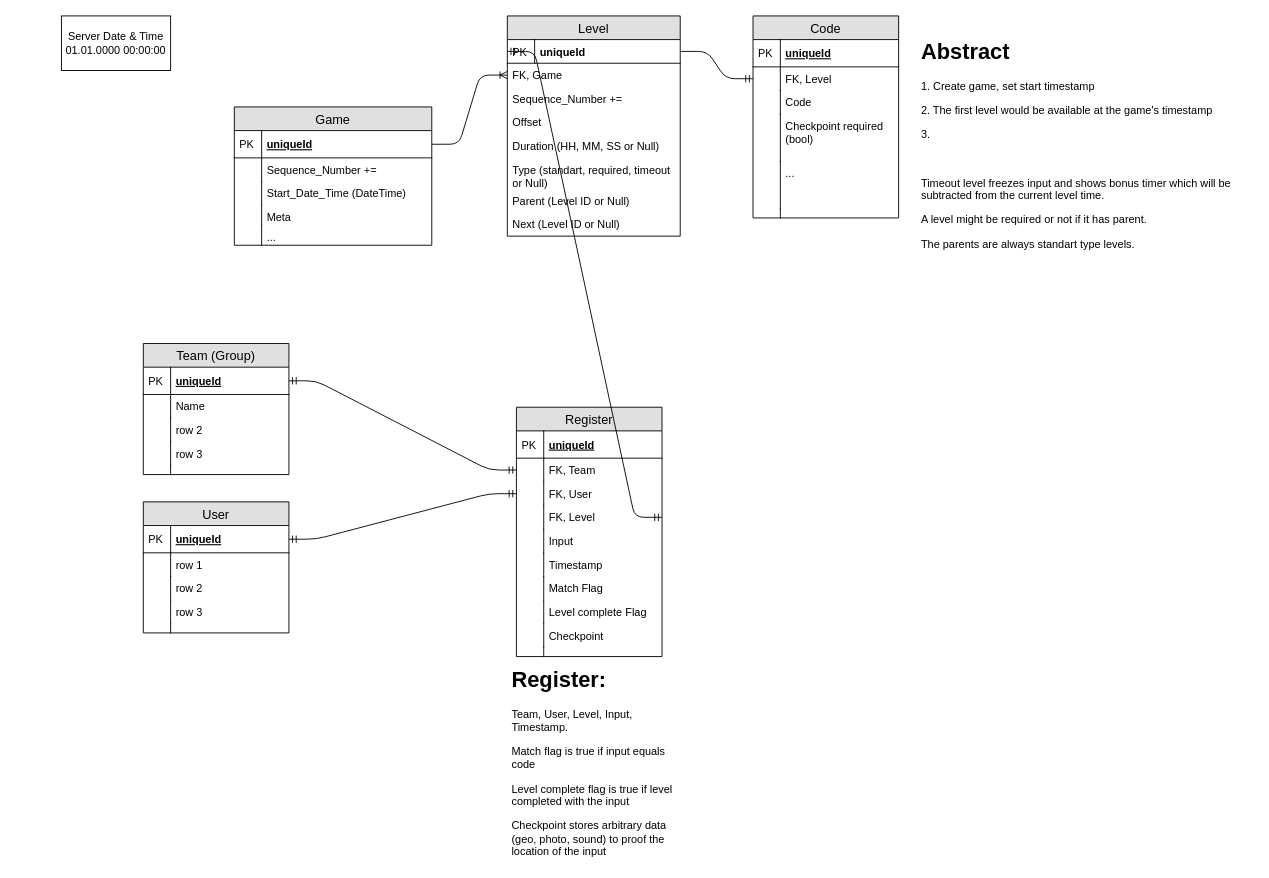
evgp/Quest-Engine keeps this draw.io diagram as page "Page-1" (1 of 2) of Untitled Diagram.drawio. Above is the earlier version. Source tidied: cells renumbered, new cells numbered last; positions are measured from the earlier drawing's top-left corner, leaving out a move shared by most shapes. Both pictures are drawn from the tidied source at 91%, with x=0, y=0 at pixel (61, 15).
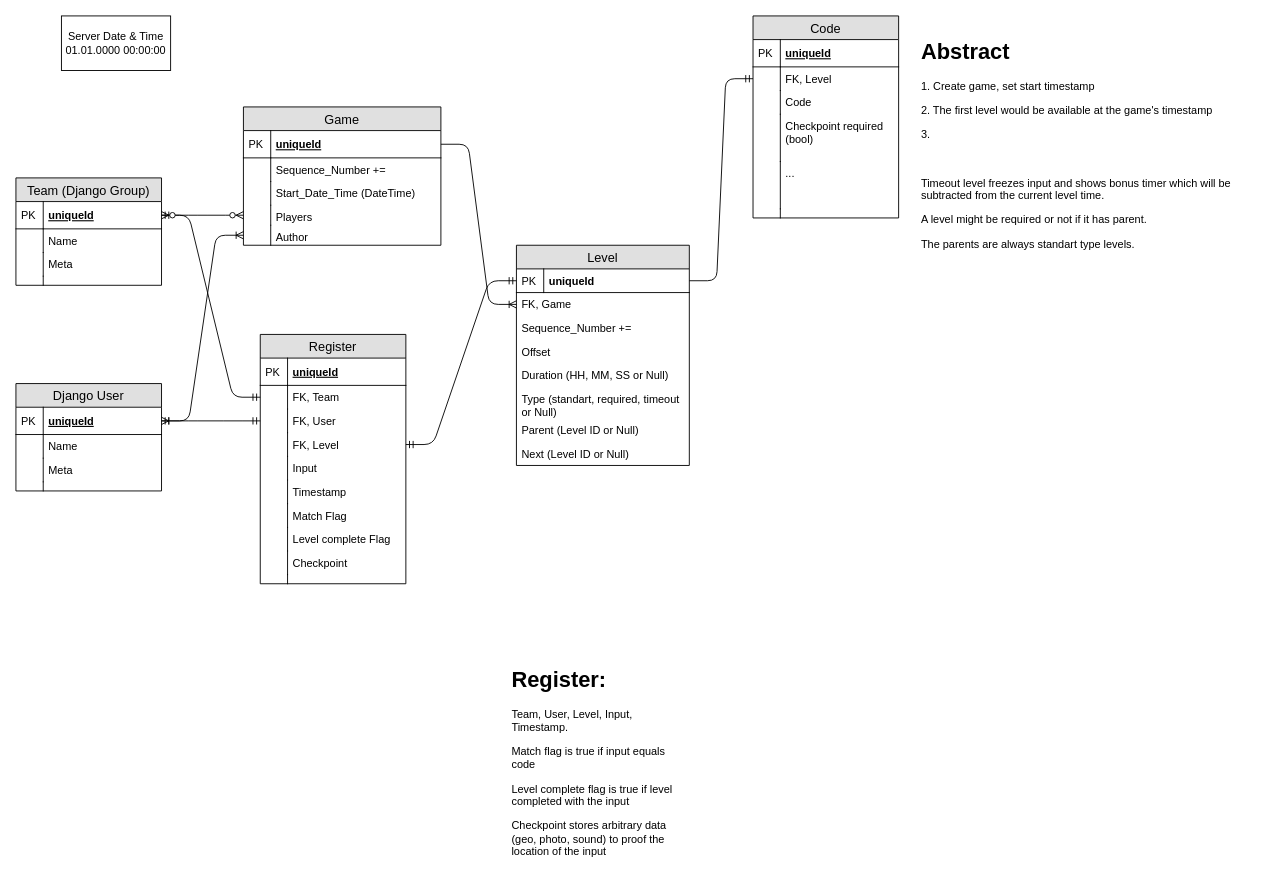
The same diagram, later.

The change refers to these unchanged cells:
```xml
<mxCell id="61" value="uniqueId" style="shape=partialRectangle;top=0;left=0;right=0;bottom=1;align=left;verticalAlign=middle;fillColor=none;spacingLeft=34;spacingRight=4;overflow=hidden;points=[[0,0.5],[1,0.5]];portConstraint=eastwest;fontStyle=5;fontSize=12;" parent="60" vertex="1">
  <mxGeometry y="26" width="160" height="30" as="geometry" />
</mxCell>
<mxCell id="75" value="uniqueId" style="shape=partialRectangle;top=0;left=0;right=0;bottom=1;align=left;verticalAlign=middle;fillColor=none;spacingLeft=34;spacingRight=4;overflow=hidden;points=[[0,0.5],[1,0.5]];portConstraint=eastwest;fontStyle=5;fontSize=12;" parent="74" vertex="1">
  <mxGeometry y="26" width="160" height="30" as="geometry" />
</mxCell>
```

Change to the diagram source:
```diff
@@
     <mxCell id="3" value="Game" style="swimlane;fontStyle=0;horizontal=1;startSize=26;fillColor=#e0e0e0;swimlaneFillColor=#ffffff;align=center;fontSize=14;" parent="1" vertex="1">
-      <mxGeometry x="190" y="100" width="217" height="152" as="geometry" />
+      <mxGeometry x="200" y="100" width="217" height="152" as="geometry" />
     </mxCell>
@@
-    <mxCell id="10" value="Meta" style="shape=partialRectangle;top=0;left=0;right=0;bottom=0;align=left;verticalAlign=top;fillColor=none;spacingLeft=34;spacingRight=4;overflow=hidden;points=[[0,0.5],[1,0.5]];portConstraint=eastwest;fontSize=12;" parent="3" vertex="1">
+    <mxCell id="10" value="Players" style="shape=partialRectangle;top=0;left=0;right=0;bottom=0;align=left;verticalAlign=top;fillColor=none;spacingLeft=34;spacingRight=4;overflow=hidden;points=[[0,0.5],[1,0.5]];portConstraint=eastwest;fontSize=12;" parent="3" vertex="1">
       <mxGeometry y="108" width="217" height="22" as="geometry" />
     </mxCell>
@@
-    <mxCell id="12" value="..." style="shape=partialRectangle;top=0;left=0;right=0;bottom=0;align=left;verticalAlign=top;fillColor=none;spacingLeft=34;spacingRight=4;overflow=hidden;points=[[0,0.5],[1,0.5]];portConstraint=eastwest;fontSize=12;" parent="3" vertex="1">
+    <mxCell id="12" value="Author" style="shape=partialRectangle;top=0;left=0;right=0;bottom=0;align=left;verticalAlign=top;fillColor=none;spacingLeft=34;spacingRight=4;overflow=hidden;points=[[0,0.5],[1,0.5]];portConstraint=eastwest;fontSize=12;" parent="3" vertex="1">
       <mxGeometry y="130" width="217" height="22" as="geometry" />
     </mxCell>
@@
     <mxCell id="14" value="Level" style="swimlane;fontStyle=0;horizontal=1;startSize=26;fillColor=#e0e0e0;swimlaneFillColor=#ffffff;align=center;fontSize=14;" parent="1" vertex="1">
-      <mxGeometry x="490" width="190" height="242" as="geometry" />
+      <mxGeometry x="500" y="252" width="190" height="242" as="geometry" />
     </mxCell>
@@
     <mxCell id="39" value="Register" style="swimlane;fontStyle=0;horizontal=1;startSize=26;fillColor=#e0e0e0;swimlaneFillColor=#ffffff;align=center;fontSize=14;" parent="1" vertex="1">
-      <mxGeometry x="500" y="430" width="160" height="274" as="geometry" />
+      <mxGeometry x="218.5" y="350" width="160" height="274" as="geometry" />
     </mxCell>
@@
-    <mxCell id="60" value="Team (Group)" style="swimlane;fontStyle=0;horizontal=1;startSize=26;fillColor=#e0e0e0;swimlaneFillColor=#ffffff;align=center;fontSize=14;" parent="1" vertex="1">
-      <mxGeometry x="90" y="360" width="160" height="144" as="geometry" />
+    <mxCell id="60" value="Team (Django Group)" style="swimlane;fontStyle=0;horizontal=1;startSize=26;fillColor=#e0e0e0;swimlaneFillColor=#ffffff;align=center;fontSize=14;" parent="1" vertex="1">
+      <mxGeometry x="-50" y="178" width="160" height="118" as="geometry" />
     </mxCell>
@@
-    <mxCell id="65" value="row 2" style="shape=partialRectangle;top=0;left=0;right=0;bottom=0;align=left;verticalAlign=top;fillColor=none;spacingLeft=34;spacingRight=4;overflow=hidden;fontSize=12;" parent="60" vertex="1">
+    <mxCell id="65" value="Meta" style="shape=partialRectangle;top=0;left=0;right=0;bottom=0;align=left;verticalAlign=top;fillColor=none;spacingLeft=34;spacingRight=4;overflow=hidden;fontSize=12;" parent="60" vertex="1">
       <mxGeometry y="82" width="160" height="26" as="geometry" />
     </mxCell>
@@
-    <mxCell id="67" value="row 3" style="shape=partialRectangle;top=0;left=0;right=0;bottom=0;align=left;verticalAlign=top;fillColor=none;spacingLeft=34;spacingRight=4;overflow=hidden;fontSize=12;" parent="60" vertex="1">
-      <mxGeometry y="108" width="160" height="26" as="geometry" />
-    </mxCell>
-    <mxCell id="68" style="shape=partialRectangle;top=0;left=0;bottom=0;fillColor=none;align=left;verticalAlign=top;spacingLeft=4;spacingRight=4;overflow=hidden;fontSize=12;" parent="67" vertex="1">
-      <mxGeometry width="30" height="26" as="geometry" />
-    </mxCell>
     <mxCell id="69" style="shape=partialRectangle;top=0;left=0;right=0;bottom=0;align=left;verticalAlign=top;fillColor=none;spacingLeft=34;spacingRight=4;overflow=hidden;fontSize=12;" parent="60" vertex="1">
-      <mxGeometry y="134" width="160" height="10" as="geometry" />
+      <mxGeometry y="108" width="160" height="10" as="geometry" />
     </mxCell>
@@
-    <mxCell id="74" value="User" style="swimlane;fontStyle=0;horizontal=1;startSize=26;fillColor=#e0e0e0;swimlaneFillColor=#ffffff;align=center;fontSize=14;" parent="1" vertex="1">
-      <mxGeometry x="90" y="534" width="160" height="144" as="geometry" />
+    <mxCell id="74" value="Django User" style="swimlane;fontStyle=0;horizontal=1;startSize=26;fillColor=#e0e0e0;swimlaneFillColor=#ffffff;align=center;fontSize=14;" parent="1" vertex="1">
+      <mxGeometry x="-50" y="404" width="160" height="118" as="geometry" />
     </mxCell>
@@
-    <mxCell id="77" value="row 1" style="shape=partialRectangle;top=0;left=0;right=0;bottom=0;align=left;verticalAlign=top;fillColor=none;spacingLeft=34;spacingRight=4;overflow=hidden;fontSize=12;" parent="74" vertex="1">
+    <mxCell id="77" value="Name" style="shape=partialRectangle;top=0;left=0;right=0;bottom=0;align=left;verticalAlign=top;fillColor=none;spacingLeft=34;spacingRight=4;overflow=hidden;fontSize=12;" parent="74" vertex="1">
       <mxGeometry y="56" width="160" height="26" as="geometry" />
     </mxCell>
@@
-    <mxCell id="79" value="row 2" style="shape=partialRectangle;top=0;left=0;right=0;bottom=0;align=left;verticalAlign=top;fillColor=none;spacingLeft=34;spacingRight=4;overflow=hidden;fontSize=12;" parent="74" vertex="1">
+    <mxCell id="79" value="Meta" style="shape=partialRectangle;top=0;left=0;right=0;bottom=0;align=left;verticalAlign=top;fillColor=none;spacingLeft=34;spacingRight=4;overflow=hidden;fontSize=12;" parent="74" vertex="1">
       <mxGeometry y="82" width="160" height="26" as="geometry" />
     </mxCell>
@@
-    <mxCell id="81" value="row 3" style="shape=partialRectangle;top=0;left=0;right=0;bottom=0;align=left;verticalAlign=top;fillColor=none;spacingLeft=34;spacingRight=4;overflow=hidden;fontSize=12;" parent="74" vertex="1">
-      <mxGeometry y="108" width="160" height="26" as="geometry" />
-    </mxCell>
-    <mxCell id="82" style="shape=partialRectangle;top=0;left=0;bottom=0;fillColor=none;align=left;verticalAlign=top;spacingLeft=4;spacingRight=4;overflow=hidden;fontSize=12;" parent="81" vertex="1">
-      <mxGeometry width="30" height="26" as="geometry" />
-    </mxCell>
     <mxCell id="83" style="shape=partialRectangle;top=0;left=0;right=0;bottom=0;align=left;verticalAlign=top;fillColor=none;spacingLeft=34;spacingRight=4;overflow=hidden;fontSize=12;" parent="74" vertex="1">
-      <mxGeometry y="134" width="160" height="10" as="geometry" />
+      <mxGeometry y="108" width="160" height="10" as="geometry" />
     </mxCell>
@@
+    <mxCell id="87" style="edgeStyle=entityRelationEdgeStyle;fontSize=12;html=1;endArrow=ERoneToMany;startArrow=ERoneToMany;entryX=0;entryY=0.5;entryDx=0;entryDy=0;exitX=1;exitY=0.5;exitDx=0;exitDy=0;" parent="1" edge="1" source="75" target="12">
+      <mxGeometry relative="1" as="geometry" />
+    </mxCell>
+    <mxCell id="88" style="edgeStyle=entityRelationEdgeStyle;fontSize=12;html=1;endArrow=ERzeroToMany;endFill=1;startArrow=ERzeroToMany;entryX=0;entryY=0.5;entryDx=0;entryDy=0;exitX=1;exitY=0.5;exitDx=0;exitDy=0;" parent="1" edge="1" source="61" target="10">
+      <mxGeometry relative="1" as="geometry" />
+    </mxCell>
```
